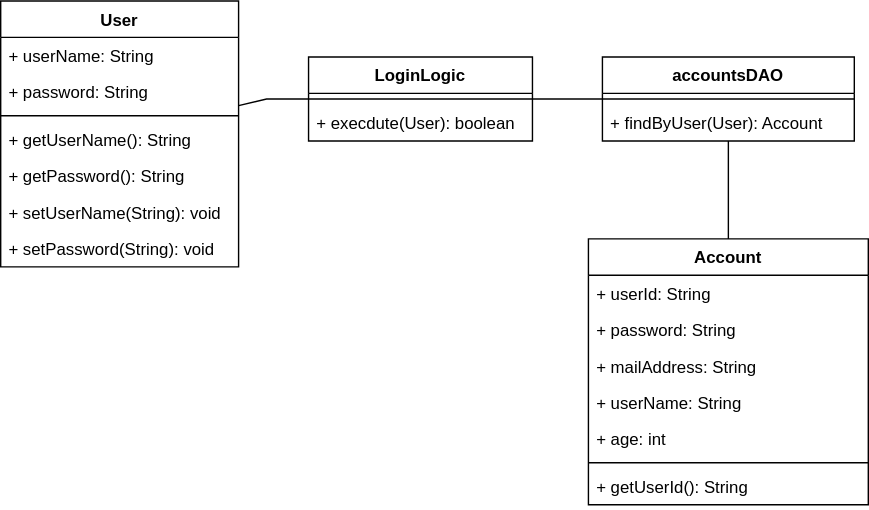
Before: クラス図.drawio.svg, a diagram exported from draw.io (toyoaya/draw.io_exam). Source tidied: cells renumbered, new cells last; positions are measured from the earlier drawing's top-left corner, leaving out a move shared by most shapes.
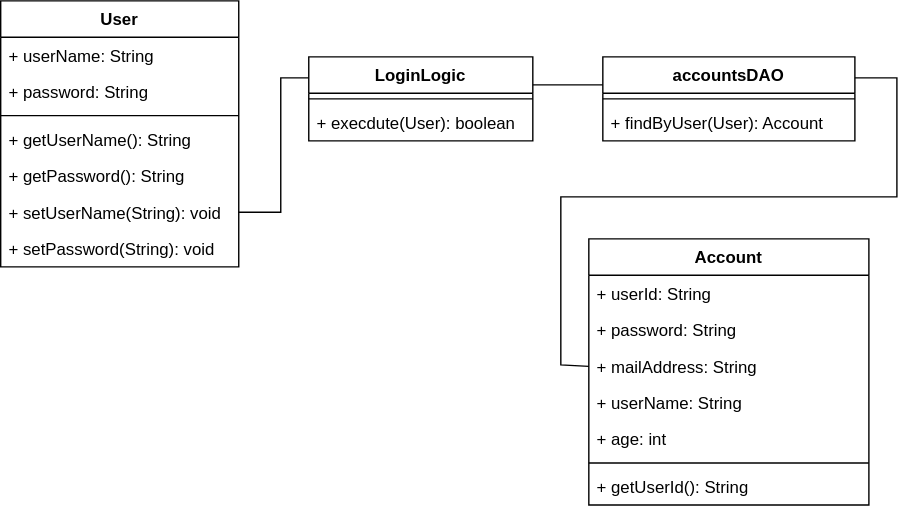
The same diagram one commit later.

Commit message:
クラス図.drawio.svg を更新します

What changed in the source:
```diff
@@ -26,6 +26,14 @@
     <mxCell id="9" value="+ setPassword(String): void" style="text;strokeColor=none;fillColor=none;align=left;verticalAlign=top;spacingLeft=4;spacingRight=4;overflow=hidden;whiteSpace=wrap;html=1;" parent="2" vertex="1">
       <mxGeometry y="164" width="170" height="26" as="geometry" />
     </mxCell>
+    <mxCell id="27" style="rounded=0;jettySize=auto;html=1;exitX=0;exitY=0.25;exitDx=0;exitDy=0;entryX=1;entryY=0.5;entryDx=0;entryDy=0;startArrow=none;startFill=0;endArrow=none;endFill=0;" parent="1" edge="1" source="10" target="8">
+      <mxGeometry relative="1" as="geometry">
+        <Array as="points">
+          <mxPoint x="200" y="55" />
+          <mxPoint x="200" y="151" />
+        </Array>
+      </mxGeometry>
+    </mxCell>
     <mxCell id="10" value="LoginLogic" style="swimlane;fontStyle=1;align=center;verticalAlign=top;horizontal=1;startSize=26;whiteSpace=wrap;html=1;" parent="1" vertex="1">
       <mxGeometry x="220" y="40" width="160" height="60" as="geometry" />
     </mxCell>
@@ -68,18 +76,22 @@
     <mxCell id="23" value="+ getUserId(): String" style="text;strokeColor=none;fillColor=none;align=left;verticalAlign=top;spacingLeft=4;spacingRight=4;overflow=hidden;whiteSpace=wrap;html=1;" parent="16" vertex="1">
       <mxGeometry y="164" width="200" height="26" as="geometry" />
     </mxCell>
-    <mxCell id="24" style="endArrow=none;html=1;rounded=0;" parent="1" edge="1" source="2" target="10">
-      <mxGeometry relative="1" as="geometry">
-        <Array as="points">
-          <mxPoint x="190" y="70" />
-        </Array>
-      </mxGeometry>
-    </mxCell>
-    <mxCell id="25" style="endArrow=none;html=1;rounded=0;" parent="1" edge="1" source="10" target="13">
-      <mxGeometry relative="1" as="geometry" />
+    <mxCell id="25" style="endArrow=none;html=1;rounded=0;" parent="1" edge="1">
+      <mxGeometry relative="1" as="geometry">
+        <mxPoint x="380" y="60" as="sourcePoint" />
+        <mxPoint x="430" y="60" as="targetPoint" />
+      </mxGeometry>
     </mxCell>
-    <mxCell id="26" style="endArrow=none;html=1;rounded=0;" parent="1" edge="1" source="16" target="13">
-      <mxGeometry relative="1" as="geometry" />
+    <mxCell id="26" style="endArrow=none;html=1;rounded=0;entryX=1;entryY=0.25;entryDx=0;entryDy=0;exitX=0;exitY=0.5;exitDx=0;exitDy=0;" parent="1" edge="1" source="19" target="13">
+      <mxGeometry relative="1" as="geometry">
+        <Array as="points">
+          <mxPoint x="400" y="260" />
+          <mxPoint x="400" y="182" />
+          <mxPoint x="400" y="140" />
+          <mxPoint x="640" y="140" />
+          <mxPoint x="640" y="55" />
+        </Array>
+      </mxGeometry>
     </mxCell>
   </root>
 </mxGraphModel>
```
